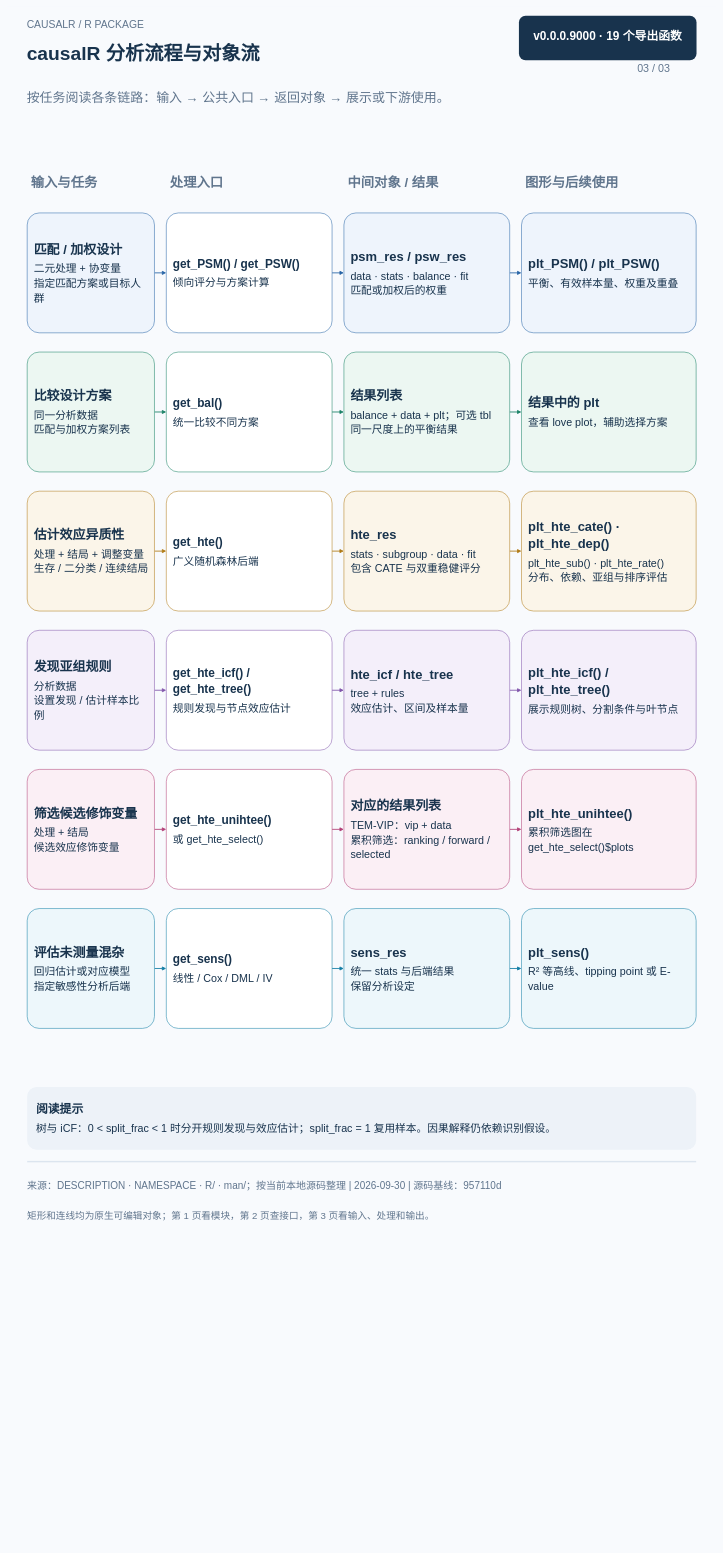
Earlier version of the draw.io diagram page "03 分析流程与对象流" (3 of 3) of docs/assets/module-maps/causalr/causalr-package-mindmap.drawio (HUI950319/Rnotes). Source tidied: cells renumbered, new cells numbered last; positions are measured from the earlier drawing's top-left corner, leaving out a move shared by most shapes. Both pictures are drawn from the tidied source at 37%, with x=0, y=0 at pixel (6, 6).
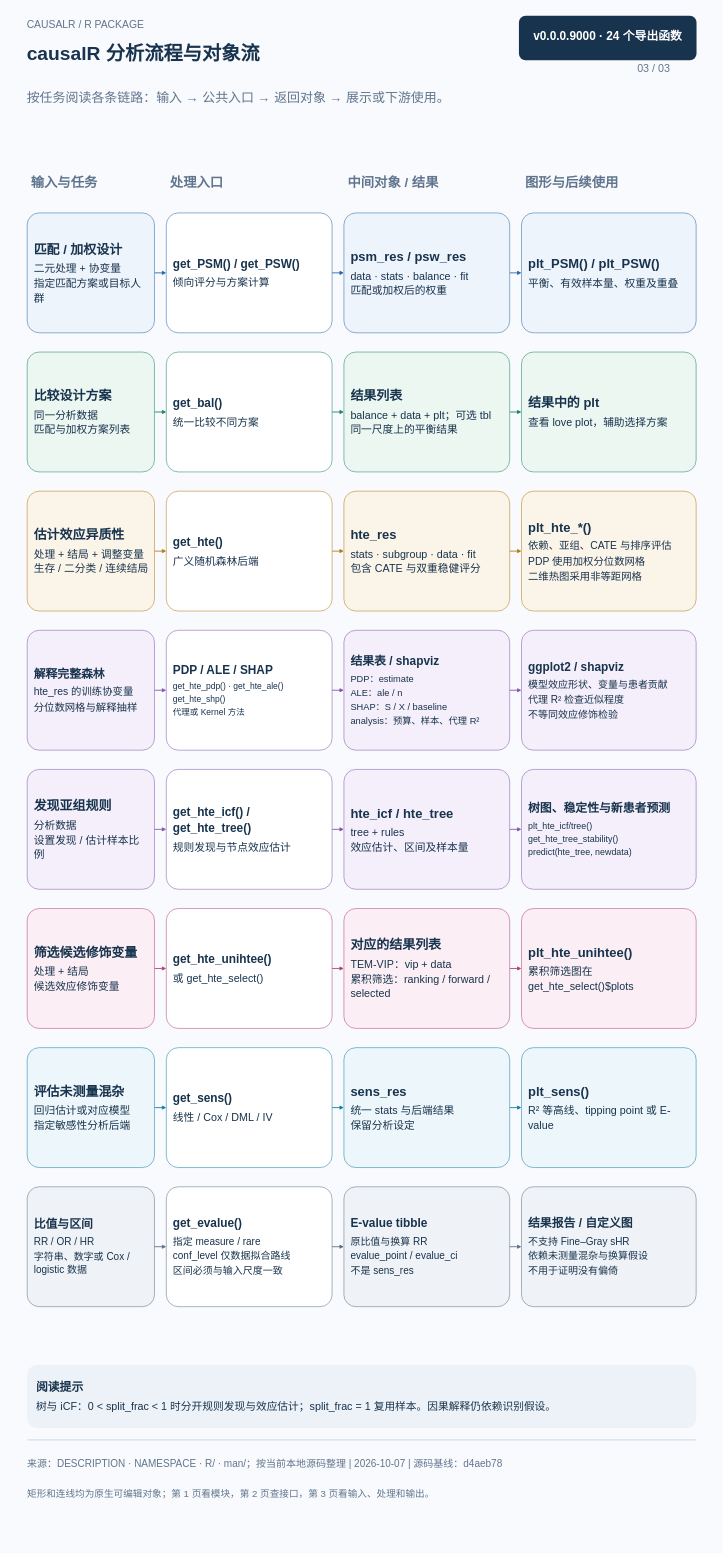
The same diagram, later.

The edit, as a diff of the source:
```diff
@@
     <mxCell id="2" style="whiteSpace=wrap;html=1;fontFamily=Microsoft YaHei;overflow=hidden;fillColor=#F8FAFD;strokeColor=none;" parent="1" vertex="1">
-      <mxGeometry width="1920" height="3410" as="geometry" />
+      <mxGeometry width="1920" height="4162" as="geometry" />
     </mxCell>
@@
-    <mxCell id="24" value="&lt;div style=&quot;overflow-wrap:anywhere;font-family:Microsoft YaHei,Arial;line-height:1.35;color:#FFFFFF&quot;&gt;&lt;div style=&quot;font-size:32px;font-weight:700;margin-bottom:10px&quot;&gt;v0.0.0.9000 · 19 个导出函数&lt;/div&gt;&lt;/div&gt;" style="whiteSpace=wrap;html=1;fontFamily=Microsoft YaHei;overflow=hidden;rounded=1;arcSize=15;fillColor=#18334D;strokeColor=none;fontColor=#FFFFFF;align=center;" parent="1" vertex="1">
+    <mxCell id="24" value="&lt;div style=&quot;overflow-wrap:anywhere;font-family:Microsoft YaHei,Arial;line-height:1.35;color:#FFFFFF&quot;&gt;&lt;div style=&quot;font-size:32px;font-weight:700;margin-bottom:10px&quot;&gt;v0.0.0.9000 · 24 个导出函数&lt;/div&gt;&lt;/div&gt;" style="whiteSpace=wrap;html=1;fontFamily=Microsoft YaHei;overflow=hidden;rounded=1;arcSize=15;fillColor=#18334D;strokeColor=none;fontColor=#FFFFFF;align=center;" parent="1" vertex="1">
       <mxGeometry x="1385" y="25" width="480" height="120" as="geometry" />
     </mxCell>
@@
     <mxCell id="26" style="whiteSpace=wrap;html=1;fontFamily=Microsoft YaHei;overflow=hidden;fillColor=#DCE5EF;strokeColor=none;" parent="1" vertex="1">
-      <mxGeometry x="56" y="3120" width="1808" height="4" as="geometry" />
+      <mxGeometry x="56" y="3872" width="1808" height="4" as="geometry" />
     </mxCell>
-    <mxCell id="27" value="来源：DESCRIPTION · NAMESPACE · R/ · man/；按当前本地源码整理 | 2026-09-30 | 源码基线：957110d" style="whiteSpace=wrap;html=1;fontFamily=Microsoft YaHei;overflow=hidden;text;fillColor=none;strokeColor=none;align=left;verticalAlign=middle;fontSize=27;fontColor=#60758D;fontStyle=0;spacing=0;" parent="1" vertex="1">
-      <mxGeometry x="56" y="3156" width="1808" height="64" as="geometry" />
+    <mxCell id="27" value="来源：DESCRIPTION · NAMESPACE · R/ · man/；按当前本地源码整理 | 2026-10-07 | 源码基线：d4aeb78" style="whiteSpace=wrap;html=1;fontFamily=Microsoft YaHei;overflow=hidden;text;fillColor=none;strokeColor=none;align=left;verticalAlign=middle;fontSize=27;fontColor=#60758D;fontStyle=0;spacing=0;" parent="1" vertex="1">
+      <mxGeometry x="56" y="3908" width="1808" height="64" as="geometry" />
     </mxCell>
     <mxCell id="28" value="矩形和连线均为原生可编辑对象；第 1 页看模块，第 2 页查接口，第 3 页看输入、处理和输出。" style="whiteSpace=wrap;html=1;fontFamily=Microsoft YaHei;overflow=hidden;text;fillColor=none;strokeColor=none;align=left;verticalAlign=middle;fontSize=26;fontColor=#60758D;fontStyle=0;spacing=0;" parent="1" vertex="1">
-      <mxGeometry x="56" y="3240" width="1808" height="56" as="geometry" />
+      <mxGeometry x="56" y="3992" width="1808" height="56" as="geometry" />
     </mxCell>
@@
-    <mxCell id="44" value="&lt;div style=&quot;overflow-wrap:anywhere;font-family:Microsoft YaHei,Arial;line-height:1.35;color:#18334D&quot;&gt;&lt;div style=&quot;font-size:35px;font-weight:700;margin-bottom:10px&quot;&gt;plt_hte_cate() · plt_hte_dep()&lt;/div&gt;&lt;div style=&quot;font-family:Microsoft YaHei,Arial;font-size:29px;margin-top:5px&quot;&gt;plt_hte_sub() · plt_hte_rate()&lt;br&gt;分布、依赖、亚组与排序评估&lt;/div&gt;&lt;/div&gt;" style="whiteSpace=wrap;html=1;fontFamily=Microsoft YaHei;overflow=hidden;rounded=1;arcSize=10;fillColor=#FBF5E9;strokeColor=#B07A14;strokeWidth=1.4;align=left;spacing=18;" parent="1" vertex="1">
+    <mxCell id="44" value="&lt;div style=&quot;overflow-wrap:anywhere;font-family:Microsoft YaHei,Arial;line-height:1.3;color:#18334D&quot;&gt;&lt;div style=&quot;font-size:35px;font-weight:700;margin-bottom:10px&quot;&gt;plt_hte_*()&lt;/div&gt;&lt;div style=&quot;font-size:28px;margin-top:5px&quot;&gt;依赖、亚组、CATE 与排序评估&lt;/div&gt;&lt;div style=&quot;font-size:28px;margin-top:5px&quot;&gt;PDP 使用加权分位数网格&lt;/div&gt;&lt;div style=&quot;font-size:28px;margin-top:5px&quot;&gt;二维热图采用非等距网格&lt;/div&gt;&lt;/div&gt;" style="whiteSpace=wrap;html=1;fontFamily=Microsoft YaHei;overflow=hidden;rounded=1;arcSize=10;fillColor=#FBF5E9;strokeColor=#B07A14;strokeWidth=1.4;align=left;spacing=18;" parent="1" vertex="1">
       <mxGeometry x="1392" y="1310" width="472" height="324" as="geometry" />
     </mxCell>
     <mxCell id="45" value="&lt;div style=&quot;overflow-wrap:anywhere;font-family:Microsoft YaHei,Arial;line-height:1.35;color:#18334D&quot;&gt;&lt;div style=&quot;font-size:35px;font-weight:700;margin-bottom:10px&quot;&gt;发现亚组规则&lt;/div&gt;&lt;div style=&quot;font-family:Microsoft YaHei,Arial;font-size:29px;margin-top:5px&quot;&gt;分析数据&lt;br&gt;设置发现 / 估计样本比例&lt;/div&gt;&lt;/div&gt;" style="whiteSpace=wrap;html=1;fontFamily=Microsoft YaHei;overflow=hidden;rounded=1;arcSize=10;fillColor=#F4EFFA;strokeColor=#8054AA;strokeWidth=1.4;align=left;spacing=18;" parent="1" vertex="1">
-      <mxGeometry x="56" y="1686" width="344" height="324" as="geometry" />
+      <mxGeometry x="56" y="2062" width="344" height="324" as="geometry" />
     </mxCell>
     <mxCell id="46" value="&lt;div style=&quot;overflow-wrap:anywhere;font-family:Microsoft YaHei,Arial;line-height:1.35;color:#18334D&quot;&gt;&lt;div style=&quot;font-size:32px;font-weight:700;margin-bottom:10px&quot;&gt;get_hte_icf() / get_hte_tree()&lt;/div&gt;&lt;div style=&quot;font-family:Microsoft YaHei,Arial;font-size:29px;margin-top:5px&quot;&gt;规则发现与节点效应估计&lt;/div&gt;&lt;/div&gt;" style="whiteSpace=wrap;html=1;fontFamily=Microsoft YaHei;overflow=hidden;rounded=1;arcSize=10;fillColor=#FFFFFF;strokeColor=#8054AA;strokeWidth=1.4;align=left;spacing=18;" parent="1" vertex="1">
-      <mxGeometry x="432" y="1686" width="448" height="324" as="geometry" />
+      <mxGeometry x="432" y="2062" width="448" height="324" as="geometry" />
     </mxCell>
     <mxCell id="47" value="&lt;div style=&quot;overflow-wrap:anywhere;font-family:Microsoft YaHei,Arial;line-height:1.35;color:#18334D&quot;&gt;&lt;div style=&quot;font-size:35px;font-weight:700;margin-bottom:10px&quot;&gt;hte_icf / hte_tree&lt;/div&gt;&lt;div style=&quot;font-family:Microsoft YaHei,Arial;font-size:29px;margin-top:5px&quot;&gt;tree + rules&lt;br&gt;效应估计、区间及样本量&lt;/div&gt;&lt;/div&gt;" style="whiteSpace=wrap;html=1;fontFamily=Microsoft YaHei;overflow=hidden;rounded=1;arcSize=10;fillColor=#F4EFFA;strokeColor=#8054AA;strokeWidth=1.4;align=left;spacing=18;" parent="1" vertex="1">
-      <mxGeometry x="912" y="1686" width="448" height="324" as="geometry" />
+      <mxGeometry x="912" y="2062" width="448" height="324" as="geometry" />
     </mxCell>
-    <mxCell id="48" value="&lt;div style=&quot;overflow-wrap:anywhere;font-family:Microsoft YaHei,Arial;line-height:1.35;color:#18334D&quot;&gt;&lt;div style=&quot;font-size:35px;font-weight:700;margin-bottom:10px&quot;&gt;plt_hte_icf() / plt_hte_tree()&lt;/div&gt;&lt;div style=&quot;font-family:Microsoft YaHei,Arial;font-size:29px;margin-top:5px&quot;&gt;展示规则树、分割条件与叶节点&lt;/div&gt;&lt;/div&gt;" style="whiteSpace=wrap;html=1;fontFamily=Microsoft YaHei;overflow=hidden;rounded=1;arcSize=10;fillColor=#F4EFFA;strokeColor=#8054AA;strokeWidth=1.4;align=left;spacing=18;" parent="1" vertex="1">
-      <mxGeometry x="1392" y="1686" width="472" height="324" as="geometry" />
+    <mxCell id="48" value="&lt;div style=&quot;overflow-wrap:anywhere;font-family:Microsoft YaHei,Arial;line-height:1.3;color:#18334D&quot;&gt;&lt;div style=&quot;font-size:32px;font-weight:700;margin-bottom:10px&quot;&gt;树图、稳定性与新患者预测&lt;/div&gt;&lt;div style=&quot;font-size:24px;margin-top:5px&quot;&gt;plt_hte_icf/tree()&lt;/div&gt;&lt;div style=&quot;font-size:24px;margin-top:5px&quot;&gt;get_hte_tree_stability()&lt;/div&gt;&lt;div style=&quot;font-size:24px;margin-top:5px&quot;&gt;predict(hte_tree, newdata)&lt;/div&gt;&lt;/div&gt;" style="whiteSpace=wrap;html=1;fontFamily=Microsoft YaHei;overflow=hidden;rounded=1;arcSize=10;fillColor=#F4EFFA;strokeColor=#8054AA;strokeWidth=1.4;align=left;spacing=18;" parent="1" vertex="1">
+      <mxGeometry x="1392" y="2062" width="472" height="324" as="geometry" />
     </mxCell>
     <mxCell id="49" value="&lt;div style=&quot;overflow-wrap:anywhere;font-family:Microsoft YaHei,Arial;line-height:1.35;color:#18334D&quot;&gt;&lt;div style=&quot;font-size:35px;font-weight:700;margin-bottom:10px&quot;&gt;筛选候选修饰变量&lt;/div&gt;&lt;div style=&quot;font-family:Microsoft YaHei,Arial;font-size:29px;margin-top:5px&quot;&gt;处理 + 结局&lt;br&gt;候选效应修饰变量&lt;/div&gt;&lt;/div&gt;" style="whiteSpace=wrap;html=1;fontFamily=Microsoft YaHei;overflow=hidden;rounded=1;arcSize=10;fillColor=#FBEFF5;strokeColor=#B23F76;strokeWidth=1.4;align=left;spacing=18;" parent="1" vertex="1">
-      <mxGeometry x="56" y="2062" width="344" height="324" as="geometry" />
+      <mxGeometry x="56" y="2438" width="344" height="324" as="geometry" />
     </mxCell>
     <mxCell id="50" value="&lt;div style=&quot;overflow-wrap:anywhere;font-family:Microsoft YaHei,Arial;line-height:1.35;color:#18334D&quot;&gt;&lt;div style=&quot;font-size:32px;font-weight:700;margin-bottom:10px&quot;&gt;get_hte_unihtee()&lt;/div&gt;&lt;div style=&quot;font-family:Microsoft YaHei,Arial;font-size:29px;margin-top:5px&quot;&gt;或 get_hte_select()&lt;/div&gt;&lt;/div&gt;" style="whiteSpace=wrap;html=1;fontFamily=Microsoft YaHei;overflow=hidden;rounded=1;arcSize=10;fillColor=#FFFFFF;strokeColor=#B23F76;strokeWidth=1.4;align=left;spacing=18;" parent="1" vertex="1">
-      <mxGeometry x="432" y="2062" width="448" height="324" as="geometry" />
+      <mxGeometry x="432" y="2438" width="448" height="324" as="geometry" />
     </mxCell>
     <mxCell id="51" value="&lt;div style=&quot;overflow-wrap:anywhere;font-family:Microsoft YaHei,Arial;line-height:1.35;color:#18334D&quot;&gt;&lt;div style=&quot;font-size:35px;font-weight:700;margin-bottom:10px&quot;&gt;对应的结果列表&lt;/div&gt;&lt;div style=&quot;font-family:Microsoft YaHei,Arial;font-size:29px;margin-top:5px&quot;&gt;TEM-VIP：vip + data&lt;br&gt;累积筛选：ranking / forward / selected&lt;/div&gt;&lt;/div&gt;" style="whiteSpace=wrap;html=1;fontFamily=Microsoft YaHei;overflow=hidden;rounded=1;arcSize=10;fillColor=#FBEFF5;strokeColor=#B23F76;strokeWidth=1.4;align=left;spacing=18;" parent="1" vertex="1">
-      <mxGeometry x="912" y="2062" width="448" height="324" as="geometry" />
+      <mxGeometry x="912" y="2438" width="448" height="324" as="geometry" />
     </mxCell>
     <mxCell id="52" value="&lt;div style=&quot;overflow-wrap:anywhere;font-family:Microsoft YaHei,Arial;line-height:1.35;color:#18334D&quot;&gt;&lt;div style=&quot;font-size:35px;font-weight:700;margin-bottom:10px&quot;&gt;plt_hte_unihtee()&lt;/div&gt;&lt;div style=&quot;font-family:Microsoft YaHei,Arial;font-size:29px;margin-top:5px&quot;&gt;累积筛选图在 get_hte_select()$plots&lt;/div&gt;&lt;/div&gt;" style="whiteSpace=wrap;html=1;fontFamily=Microsoft YaHei;overflow=hidden;rounded=1;arcSize=10;fillColor=#FBEFF5;strokeColor=#B23F76;strokeWidth=1.4;align=left;spacing=18;" parent="1" vertex="1">
-      <mxGeometry x="1392" y="2062" width="472" height="324" as="geometry" />
+      <mxGeometry x="1392" y="2438" width="472" height="324" as="geometry" />
     </mxCell>
     <mxCell id="53" value="&lt;div style=&quot;overflow-wrap:anywhere;font-family:Microsoft YaHei,Arial;line-height:1.35;color:#18334D&quot;&gt;&lt;div style=&quot;font-size:35px;font-weight:700;margin-bottom:10px&quot;&gt;评估未测量混杂&lt;/div&gt;&lt;div style=&quot;font-family:Microsoft YaHei,Arial;font-size:29px;margin-top:5px&quot;&gt;回归估计或对应模型&lt;br&gt;指定敏感性分析后端&lt;/div&gt;&lt;/div&gt;" style="whiteSpace=wrap;html=1;fontFamily=Microsoft YaHei;overflow=hidden;rounded=1;arcSize=10;fillColor=#EDF7FB;strokeColor=#117DA4;strokeWidth=1.4;align=left;spacing=18;" parent="1" vertex="1">
-      <mxGeometry x="56" y="2438" width="344" height="324" as="geometry" />
+      <mxGeometry x="56" y="2814" width="344" height="324" as="geometry" />
     </mxCell>
     <mxCell id="54" value="&lt;div style=&quot;overflow-wrap:anywhere;font-family:Microsoft YaHei,Arial;line-height:1.35;color:#18334D&quot;&gt;&lt;div style=&quot;font-size:32px;font-weight:700;margin-bottom:10px&quot;&gt;get_sens()&lt;/div&gt;&lt;div style=&quot;font-family:Microsoft YaHei,Arial;font-size:29px;margin-top:5px&quot;&gt;线性 / Cox / DML / IV&lt;/div&gt;&lt;/div&gt;" style="whiteSpace=wrap;html=1;fontFamily=Microsoft YaHei;overflow=hidden;rounded=1;arcSize=10;fillColor=#FFFFFF;strokeColor=#117DA4;strokeWidth=1.4;align=left;spacing=18;" parent="1" vertex="1">
-      <mxGeometry x="432" y="2438" width="448" height="324" as="geometry" />
+      <mxGeometry x="432" y="2814" width="448" height="324" as="geometry" />
     </mxCell>
     <mxCell id="55" value="&lt;div style=&quot;overflow-wrap:anywhere;font-family:Microsoft YaHei,Arial;line-height:1.35;color:#18334D&quot;&gt;&lt;div style=&quot;font-size:35px;font-weight:700;margin-bottom:10px&quot;&gt;sens_res&lt;/div&gt;&lt;div style=&quot;font-family:Microsoft YaHei,Arial;font-size:29px;margin-top:5px&quot;&gt;统一 stats 与后端结果&lt;br&gt;保留分析设定&lt;/div&gt;&lt;/div&gt;" style="whiteSpace=wrap;html=1;fontFamily=Microsoft YaHei;overflow=hidden;rounded=1;arcSize=10;fillColor=#EDF7FB;strokeColor=#117DA4;strokeWidth=1.4;align=left;spacing=18;" parent="1" vertex="1">
-      <mxGeometry x="912" y="2438" width="448" height="324" as="geometry" />
+      <mxGeometry x="912" y="2814" width="448" height="324" as="geometry" />
     </mxCell>
     <mxCell id="56" value="&lt;div style=&quot;overflow-wrap:anywhere;font-family:Microsoft YaHei,Arial;line-height:1.35;color:#18334D&quot;&gt;&lt;div style=&quot;font-size:35px;font-weight:700;margin-bottom:10px&quot;&gt;plt_sens()&lt;/div&gt;&lt;div style=&quot;font-family:Microsoft YaHei,Arial;font-size:29px;margin-top:5px&quot;&gt;R² 等高线、tipping point 或 E-value&lt;/div&gt;&lt;/div&gt;" style="whiteSpace=wrap;html=1;fontFamily=Microsoft YaHei;overflow=hidden;rounded=1;arcSize=10;fillColor=#EDF7FB;strokeColor=#117DA4;strokeWidth=1.4;align=left;spacing=18;" parent="1" vertex="1">
-      <mxGeometry x="1392" y="2438" width="472" height="324" as="geometry" />
+      <mxGeometry x="1392" y="2814" width="472" height="324" as="geometry" />
     </mxCell>
     <mxCell id="57" value="&lt;div style=&quot;overflow-wrap:anywhere;font-family:Microsoft YaHei,Arial;line-height:1.35;color:#18334D&quot;&gt;&lt;div style=&quot;font-size:32px;font-weight:700;margin-bottom:10px&quot;&gt;阅读提示&lt;/div&gt;&lt;div style=&quot;font-family:Microsoft YaHei,Arial;font-size:29px;margin-top:5px&quot;&gt;树与 iCF：0 &amp;lt; split_frac &amp;lt; 1 时分开规则发现与效应估计；split_frac = 1 复用样本。因果解释仍依赖识别假设。&lt;/div&gt;&lt;/div&gt;" style="whiteSpace=wrap;html=1;fontFamily=Microsoft YaHei;overflow=hidden;rounded=1;fillColor=#EDF2F8;strokeColor=none;align=left;spacingLeft=22;spacingRight=20;" parent="1" vertex="1">
-      <mxGeometry x="56" y="2920" width="1808" height="170" as="geometry" />
+      <mxGeometry x="56" y="3672" width="1808" height="170" as="geometry" />
     </mxCell>
+    <mxCell id="58" value="&lt;div style=&quot;overflow-wrap:anywhere;font-family:Microsoft YaHei,Arial;line-height:1.3;color:#18334D&quot;&gt;&lt;div style=&quot;font-size:32px;font-weight:700;margin-bottom:10px&quot;&gt;解释完整森林&lt;/div&gt;&lt;div style=&quot;font-size:28px;margin-top:5px&quot;&gt;hte_res 的训练协变量&lt;/div&gt;&lt;div style=&quot;font-size:28px;margin-top:5px&quot;&gt;分位数网格与解释抽样&lt;/div&gt;&lt;/div&gt;" style="whiteSpace=wrap;html=1;fontFamily=Microsoft YaHei;overflow=hidden;rounded=1;arcSize=10;fillColor=#F4EFFA;strokeColor=#8054AA;strokeWidth=1.4;align=left;spacing=18;" parent="1" vertex="1">
+      <mxGeometry x="56" y="1686" width="344" height="324" as="geometry" />
+    </mxCell>
+    <mxCell id="59" value="&lt;div style=&quot;overflow-wrap:anywhere;font-family:Microsoft YaHei,Arial;line-height:1.3;color:#18334D&quot;&gt;&lt;div style=&quot;font-size:32px;font-weight:700;margin-bottom:10px&quot;&gt;PDP / ALE / SHAP&lt;/div&gt;&lt;div style=&quot;font-size:23px;margin-top:5px&quot;&gt;get_hte_pdp() · get_hte_ale()&lt;/div&gt;&lt;div style=&quot;font-size:23px;margin-top:5px&quot;&gt;get_hte_shp()&lt;/div&gt;&lt;div style=&quot;font-size:23px;margin-top:5px&quot;&gt;代理或 Kernel 方法&lt;/div&gt;&lt;/div&gt;" style="whiteSpace=wrap;html=1;fontFamily=Microsoft YaHei;overflow=hidden;rounded=1;arcSize=10;fillColor=#FFFFFF;strokeColor=#8054AA;strokeWidth=1.4;align=left;spacing=18;" parent="1" vertex="1">
+      <mxGeometry x="432" y="1686" width="448" height="324" as="geometry" />
+    </mxCell>
+    <mxCell id="60" value="&lt;div style=&quot;overflow-wrap:anywhere;font-family:Microsoft YaHei,Arial;line-height:1.3;color:#18334D&quot;&gt;&lt;div style=&quot;font-size:32px;font-weight:700;margin-bottom:10px&quot;&gt;结果表 / shapviz&lt;/div&gt;&lt;div style=&quot;font-size:25px;margin-top:5px&quot;&gt;PDP：estimate&lt;/div&gt;&lt;div style=&quot;font-size:25px;margin-top:5px&quot;&gt;ALE：ale / n&lt;/div&gt;&lt;div style=&quot;font-size:25px;margin-top:5px&quot;&gt;SHAP：S / X / baseline&lt;/div&gt;&lt;div style=&quot;font-size:25px;margin-top:5px&quot;&gt;analysis：预算、样本、代理 R²&lt;/div&gt;&lt;/div&gt;" style="whiteSpace=wrap;html=1;fontFamily=Microsoft YaHei;overflow=hidden;rounded=1;arcSize=10;fillColor=#F4EFFA;strokeColor=#8054AA;strokeWidth=1.4;align=left;spacing=18;" parent="1" vertex="1">
+      <mxGeometry x="912" y="1686" width="448" height="324" as="geometry" />
+    </mxCell>
+    <mxCell id="61" value="&lt;div style=&quot;overflow-wrap:anywhere;font-family:Microsoft YaHei,Arial;line-height:1.3;color:#18334D&quot;&gt;&lt;div style=&quot;font-size:32px;font-weight:700;margin-bottom:10px&quot;&gt;ggplot2 / shapviz&lt;/div&gt;&lt;div style=&quot;font-size:27px;margin-top:5px&quot;&gt;模型效应形状、变量与患者贡献&lt;/div&gt;&lt;div style=&quot;font-size:27px;margin-top:5px&quot;&gt;代理 R² 检查近似程度&lt;/div&gt;&lt;div style=&quot;font-size:27px;margin-top:5px&quot;&gt;不等同效应修饰检验&lt;/div&gt;&lt;/div&gt;" style="whiteSpace=wrap;html=1;fontFamily=Microsoft YaHei;overflow=hidden;rounded=1;arcSize=10;fillColor=#F4EFFA;strokeColor=#8054AA;strokeWidth=1.4;align=left;spacing=18;" parent="1" vertex="1">
+      <mxGeometry x="1392" y="1686" width="472" height="324" as="geometry" />
+    </mxCell>
+    <mxCell id="62" style="edgeStyle=orthogonalEdgeStyle;rounded=1;html=1;endArrow=block;endFill=1;strokeWidth=2.3;strokeColor=#8054AA;exitX=1;exitY=0.5;entryX=0;entryY=0.5;" parent="1" edge="1" source="58" target="59">
+      <mxGeometry relative="1" as="geometry" />
+    </mxCell>
+    <mxCell id="63" style="edgeStyle=orthogonalEdgeStyle;rounded=1;html=1;endArrow=block;endFill=1;strokeWidth=2.3;strokeColor=#8054AA;exitX=1;exitY=0.5;entryX=0;entryY=0.5;" parent="1" edge="1" source="59" target="60">
+      <mxGeometry relative="1" as="geometry" />
+    </mxCell>
+    <mxCell id="64" style="edgeStyle=orthogonalEdgeStyle;rounded=1;html=1;endArrow=block;endFill=1;strokeWidth=2.3;strokeColor=#8054AA;exitX=1;exitY=0.5;entryX=0;entryY=0.5;" parent="1" edge="1" source="60" target="61">
+      <mxGeometry relative="1" as="geometry" />
+    </mxCell>
+    <mxCell id="65" value="&lt;div style=&quot;overflow-wrap:anywhere;font-family:Microsoft YaHei,Arial;line-height:1.3;color:#18334D&quot;&gt;&lt;div style=&quot;font-size:32px;font-weight:700;margin-bottom:10px&quot;&gt;比值与区间&lt;/div&gt;&lt;div style=&quot;font-size:27px;margin-top:5px&quot;&gt;RR / OR / HR&lt;/div&gt;&lt;div style=&quot;font-size:27px;margin-top:5px&quot;&gt;字符串、数字或 Cox / logistic 数据&lt;/div&gt;&lt;/div&gt;" style="whiteSpace=wrap;html=1;fontFamily=Microsoft YaHei;overflow=hidden;rounded=1;arcSize=10;fillColor=#EFF3F7;strokeColor=#5C6D83;strokeWidth=1.4;align=left;spacing=18;" parent="1" vertex="1">
+      <mxGeometry x="56" y="3190" width="344" height="324" as="geometry" />
+    </mxCell>
+    <mxCell id="66" value="&lt;div style=&quot;overflow-wrap:anywhere;font-family:Microsoft YaHei,Arial;line-height:1.3;color:#18334D&quot;&gt;&lt;div style=&quot;font-size:32px;font-weight:700;margin-bottom:10px&quot;&gt;get_evalue()&lt;/div&gt;&lt;div style=&quot;font-size:27px;margin-top:5px&quot;&gt;指定 measure / rare&lt;/div&gt;&lt;div style=&quot;font-size:27px;margin-top:5px&quot;&gt;conf_level 仅数据拟合路线&lt;/div&gt;&lt;div style=&quot;font-size:27px;margin-top:5px&quot;&gt;区间必须与输入尺度一致&lt;/div&gt;&lt;/div&gt;" style="whiteSpace=wrap;html=1;fontFamily=Microsoft YaHei;overflow=hidden;rounded=1;arcSize=10;fillColor=#FFFFFF;strokeColor=#5C6D83;strokeWidth=1.4;align=left;spacing=18;" parent="1" vertex="1">
+      <mxGeometry x="432" y="3190" width="448" height="324" as="geometry" />
+    </mxCell>
+    <mxCell id="67" value="&lt;div style=&quot;overflow-wrap:anywhere;font-family:Microsoft YaHei,Arial;line-height:1.3;color:#18334D&quot;&gt;&lt;div style=&quot;font-size:32px;font-weight:700;margin-bottom:10px&quot;&gt;E-value tibble&lt;/div&gt;&lt;div style=&quot;font-size:27px;margin-top:5px&quot;&gt;原比值与换算 RR&lt;/div&gt;&lt;div style=&quot;font-size:27px;margin-top:5px&quot;&gt;evalue_point / evalue_ci&lt;/div&gt;&lt;div style=&quot;font-size:27px;margin-top:5px&quot;&gt;不是 sens_res&lt;/div&gt;&lt;/div&gt;" style="whiteSpace=wrap;html=1;fontFamily=Microsoft YaHei;overflow=hidden;rounded=1;arcSize=10;fillColor=#EFF3F7;strokeColor=#5C6D83;strokeWidth=1.4;align=left;spacing=18;" parent="1" vertex="1">
+      <mxGeometry x="912" y="3190" width="448" height="324" as="geometry" />
+    </mxCell>
+    <mxCell id="68" value="&lt;div style=&quot;overflow-wrap:anywhere;font-family:Microsoft YaHei,Arial;line-height:1.3;color:#18334D&quot;&gt;&lt;div style=&quot;font-size:32px;font-weight:700;margin-bottom:10px&quot;&gt;结果报告 / 自定义图&lt;/div&gt;&lt;div style=&quot;font-size:27px;margin-top:5px&quot;&gt;不支持 Fine–Gray sHR&lt;/div&gt;&lt;div style=&quot;font-size:27px;margin-top:5px&quot;&gt;依赖未测量混杂与换算假设&lt;/div&gt;&lt;div style=&quot;font-size:27px;margin-top:5px&quot;&gt;不用于证明没有偏倚&lt;/div&gt;&lt;/div&gt;" style="whiteSpace=wrap;html=1;fontFamily=Microsoft YaHei;overflow=hidden;rounded=1;arcSize=10;fillColor=#EFF3F7;strokeColor=#5C6D83;strokeWidth=1.4;align=left;spacing=18;" parent="1" vertex="1">
+      <mxGeometry x="1392" y="3190" width="472" height="324" as="geometry" />
+    </mxCell>
+    <mxCell id="69" style="edgeStyle=orthogonalEdgeStyle;rounded=1;html=1;endArrow=block;endFill=1;strokeWidth=2.3;strokeColor=#5C6D83;exitX=1;exitY=0.5;entryX=0;entryY=0.5;" parent="1" edge="1" source="65" target="66">
+      <mxGeometry relative="1" as="geometry" />
+    </mxCell>
+    <mxCell id="70" style="edgeStyle=orthogonalEdgeStyle;rounded=1;html=1;endArrow=block;endFill=1;strokeWidth=2.3;strokeColor=#5C6D83;exitX=1;exitY=0.5;entryX=0;entryY=0.5;" parent="1" edge="1" source="66" target="67">
+      <mxGeometry relative="1" as="geometry" />
+    </mxCell>
+    <mxCell id="71" style="edgeStyle=orthogonalEdgeStyle;rounded=1;html=1;endArrow=block;endFill=1;strokeWidth=2.3;strokeColor=#5C6D83;exitX=1;exitY=0.5;entryX=0;entryY=0.5;" parent="1" edge="1" source="67" target="68">
+      <mxGeometry relative="1" as="geometry" />
+    </mxCell>
```
